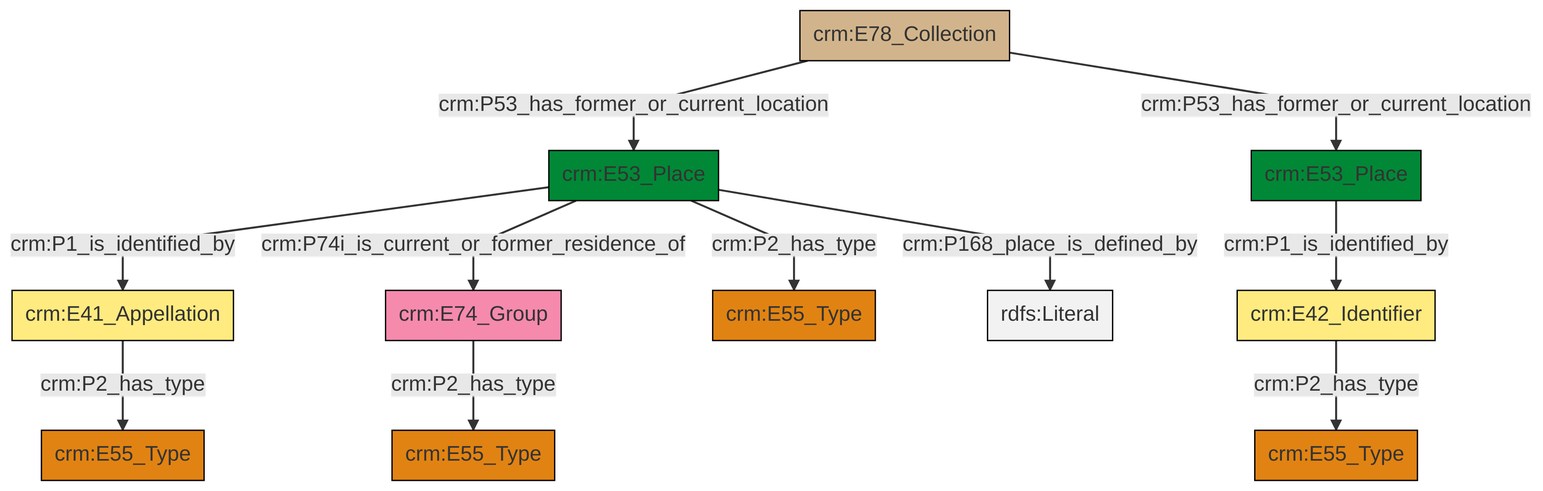
Before: et/archivalCSV/ttl/mmd/png/archival_location.png, a diagram exported from Mermaid (swiss-art-research-net/docs.swissartresearch). Its source is kept beside it as et/archivalCSV/ttl/mmd/archival_location.ttl.mmd.
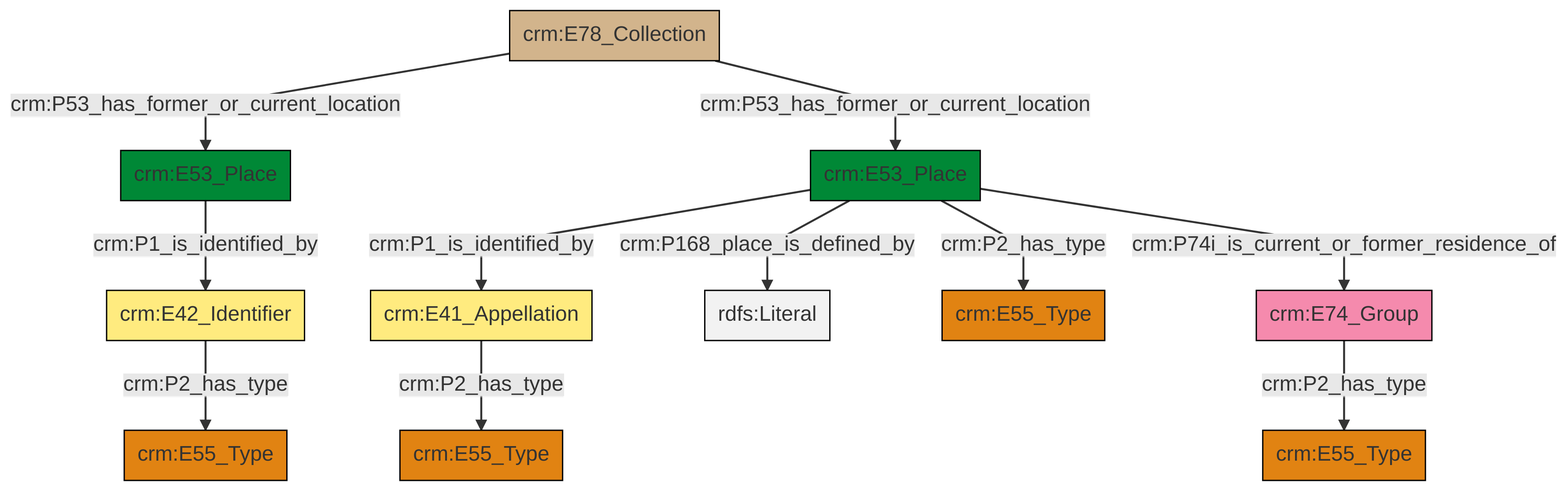
After the commit.

The edit, as a diff of the source:
```diff
@@ -13,13 +13,13 @@
 classDef PC_Classes fill:#4ce600, stroke:#000000;
 classDef Multi fill:#cccccc,stroke:#000000;
 
-0["crm:E42_Identifier"]:::Appellation -->|crm:P2_has_type| 1["crm:E55_Type"]:::Type
-3["crm:E53_Place"]:::Place -->|crm:P1_is_identified_by| 4["crm:E41_Appellation"]:::Appellation
-5["crm:E78_Collection"]:::Physical_Thing -->|crm:P53_has_former_or_current_location| 3["crm:E53_Place"]:::Place
-3["crm:E53_Place"]:::Place -->|crm:P74i_is_current_or_former_residence_of| 8["crm:E74_Group"]:::Actor
-11["crm:E53_Place"]:::Place -->|crm:P1_is_identified_by| 0["crm:E42_Identifier"]:::Appellation
-5["crm:E78_Collection"]:::Physical_Thing -->|crm:P53_has_former_or_current_location| 11["crm:E53_Place"]:::Place
-8["crm:E74_Group"]:::Actor -->|crm:P2_has_type| 17["crm:E55_Type"]:::Type
-4["crm:E41_Appellation"]:::Appellation -->|crm:P2_has_type| 15["crm:E55_Type"]:::Type
-3["crm:E53_Place"]:::Place -->|crm:P2_has_type| 6["crm:E55_Type"]:::Type
-3["crm:E53_Place"]:::Place -->|crm:P168_place_is_defined_by| 24[rdfs:Literal]:::Literal
+0["crm:E78_Collection"]:::Physical_Thing -->|crm:P53_has_former_or_current_location| 1["crm:E53_Place"]:::Place
+2["crm:E53_Place"]:::Place -->|crm:P1_is_identified_by| 8["crm:E41_Appellation"]:::Appellation
+9["crm:E42_Identifier"]:::Appellation -->|crm:P2_has_type| 10["crm:E55_Type"]:::Type
+1["crm:E53_Place"]:::Place -->|crm:P1_is_identified_by| 9["crm:E42_Identifier"]:::Appellation
+2["crm:E53_Place"]:::Place -->|crm:P168_place_is_defined_by| 11[rdfs:Literal]:::Literal
+12["crm:E74_Group"]:::Actor -->|crm:P2_has_type| 13["crm:E55_Type"]:::Type
+8["crm:E41_Appellation"]:::Appellation -->|crm:P2_has_type| 4["crm:E55_Type"]:::Type
+2["crm:E53_Place"]:::Place -->|crm:P2_has_type| 6["crm:E55_Type"]:::Type
+2["crm:E53_Place"]:::Place -->|crm:P74i_is_current_or_former_residence_of| 12["crm:E74_Group"]:::Actor
+0["crm:E78_Collection"]:::Physical_Thing -->|crm:P53_has_former_or_current_location| 2["crm:E53_Place"]:::Place
```
